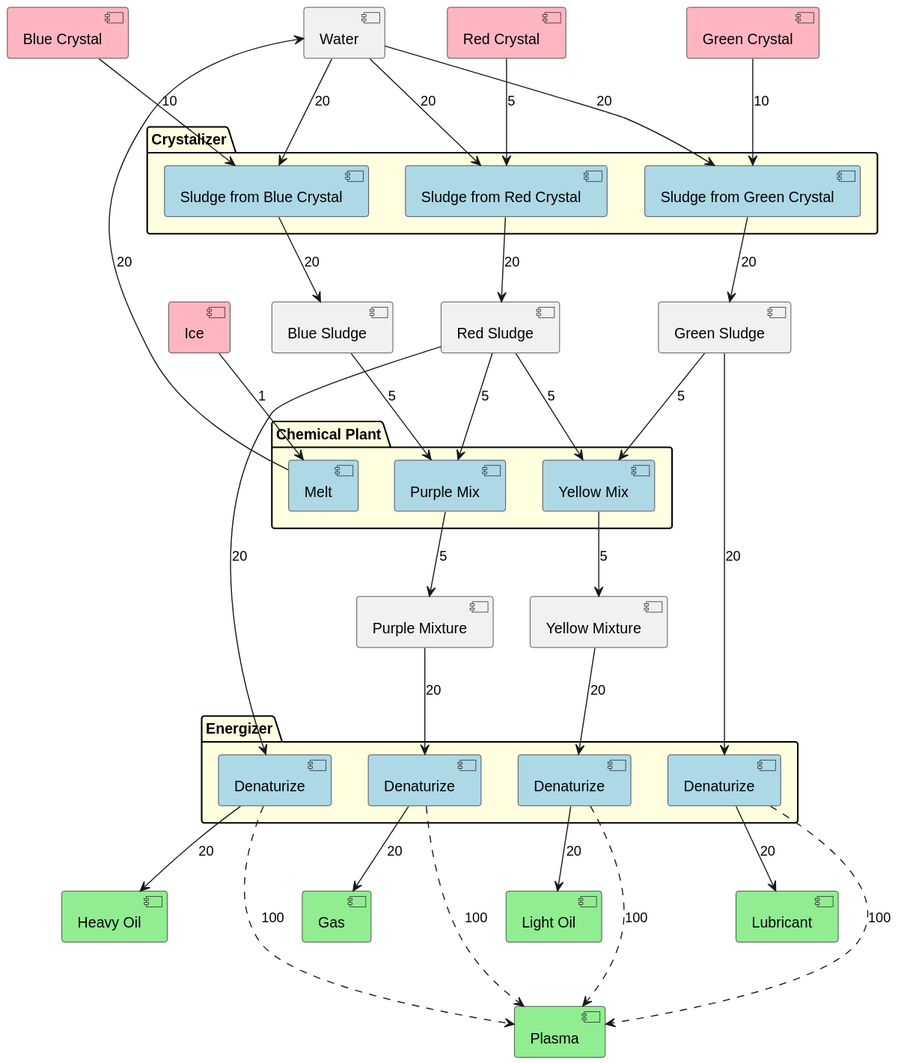
Earlier version of the PlantUML export Documentation/OilFlow.svg (Thomas-De-Praetere/CrystalMod). Its diagram source:
```plantuml
@startuml
hide methods
hide fields
hide circle

[Ice] as I #lightpink
[Water] as W

[Red Crystal] as RC #lightpink
[Blue Crystal] as BC #lightpink
[Green Crystal] as GC #lightpink

[Red Sludge] as RS
[Green Sludge] as GS
[Blue Sludge] as BS

[Purple Mixture] as PM
[Yellow Mixture] as YM

[Heavy Oil] as HO #lightgreen
[Light Oil] as LO #lightgreen
[Gas] as G #lightgreen
[Lubricant] as L #lightgreen
[Plasma] as PA #lightgreen

package "Crystalizer" #lightyellow {
[Sludge from Red Crystal] as SfR #lightblue
[Sludge from Blue Crystal]as SfB #lightblue
[Sludge from Green Crystal]as SfG #lightblue
}

package "Chemical Plant" #lightyellow {
[Purple Mix] as CPB #lightblue
[Yellow Mix] as CPY #lightblue
[Melt] as Me #lightblue
}


package Energizer #lightyellow {
[Denaturize] as HOP #lightblue
[Denaturize] as LOP #lightblue
[Denaturize] as GP #lightblue
[Denaturize] as LP #lightblue
}

I --> Me : 1
Me --> W : 20

RC --> SfR : 5
W --> SfR : 20
SfR --> RS : 20

BC --> SfB : 10
W --> SfB : 20
SfB  --> BS : 20

GC --> SfG : 10
W --> SfG : 20
SfG --> GS : 20

RS --> CPB : 5
BS --> CPB : 5
CPB --> PM : 5
PM --> GP : 20
GP --> G : 20

RS --> HOP : 20
HOP --> HO : 20

GS --> CPY : 5
RS --> CPY : 5
CPY --> YM : 5
YM --> LOP : 20
LOP --> LO : 20

GS --> LP : 20
LP --> L : 20

HOP ...> PA : 100
LOP ...> PA : 100
GP ...> PA : 100
LP ...> PA : 100
@enduml
```
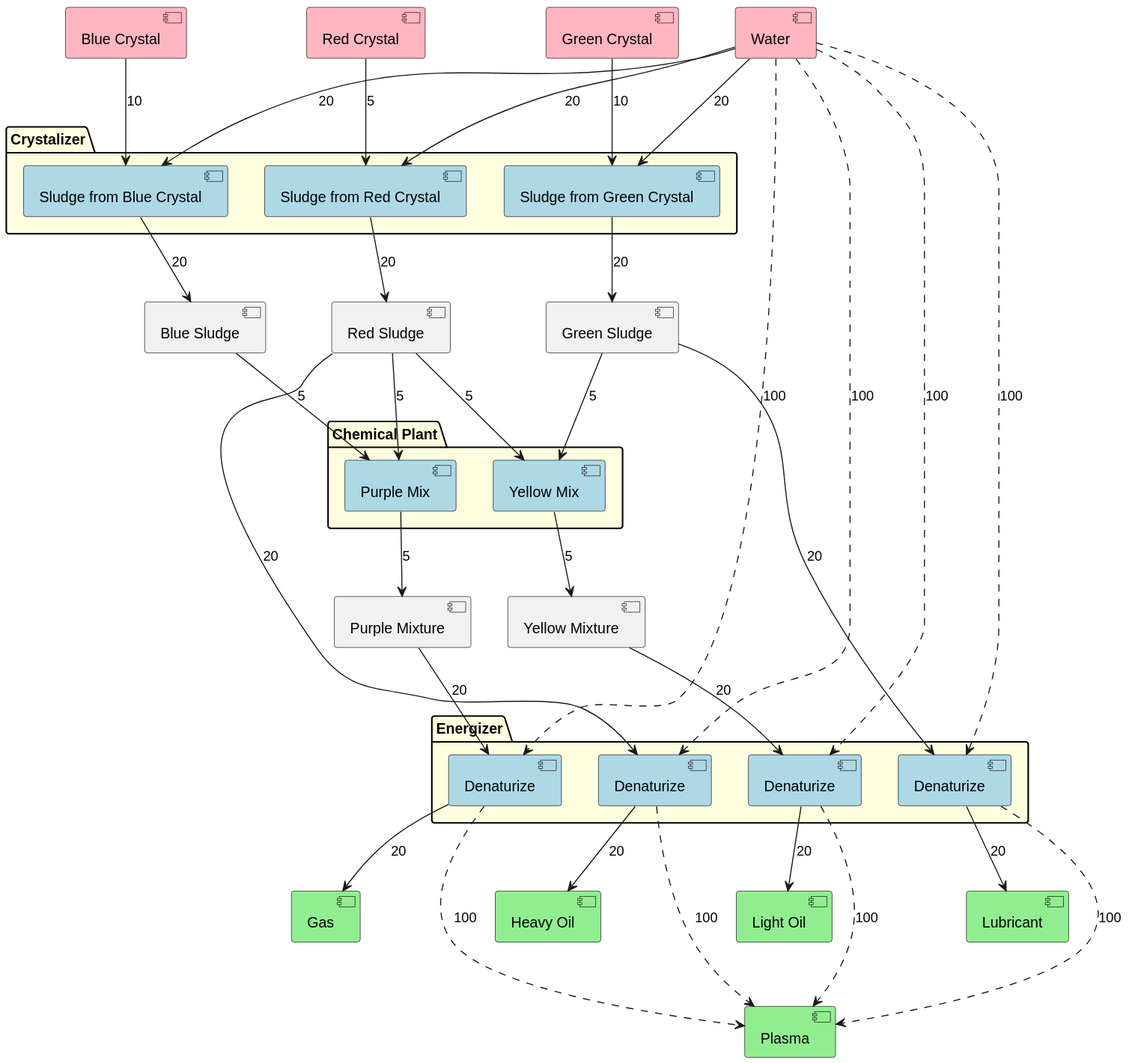
The same file after the commit.

Change to the diagram source:
```diff
@@ -3,8 +3,7 @@
 hide fields
 hide circle
 
-[Ice] as I #lightpink
-[Water] as W
+[Water] as W #lightpink
 
 [Red Crystal] as RC #lightpink
 [Blue Crystal] as BC #lightpink
@@ -32,7 +31,6 @@
 package "Chemical Plant" #lightyellow {
 [Purple Mix] as CPB #lightblue
 [Yellow Mix] as CPY #lightblue
-[Melt] as Me #lightblue
 }
 
 
@@ -42,9 +40,6 @@
 [Denaturize] as GP #lightblue
 [Denaturize] as LP #lightblue
 }
-
-I --> Me : 1
-Me --> W : 20
 
 RC --> SfR : 5
 W --> SfR : 20
@@ -80,4 +75,9 @@
 LOP ...> PA : 100
 GP ...> PA : 100
 LP ...> PA : 100
+
+W ...> HOP : 100
+W ...> LOP : 100
+W ...> GP : 100
+W ...> LP : 100
 @enduml
```
